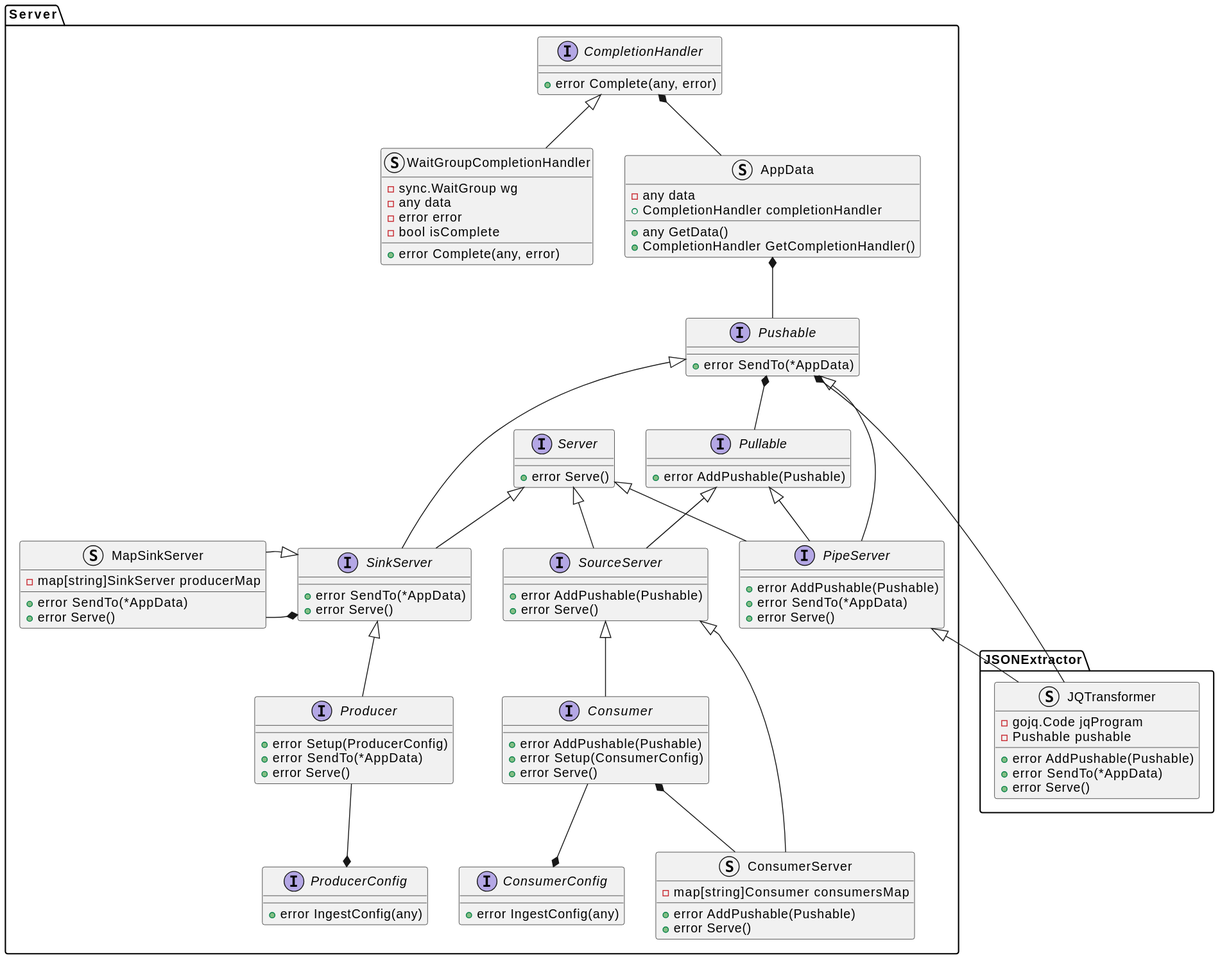
Above: docs/design_notes/DN1_JSON_Extractor/class_diagram.svg in xtuml/otel2pv (PlantUML), before the change.
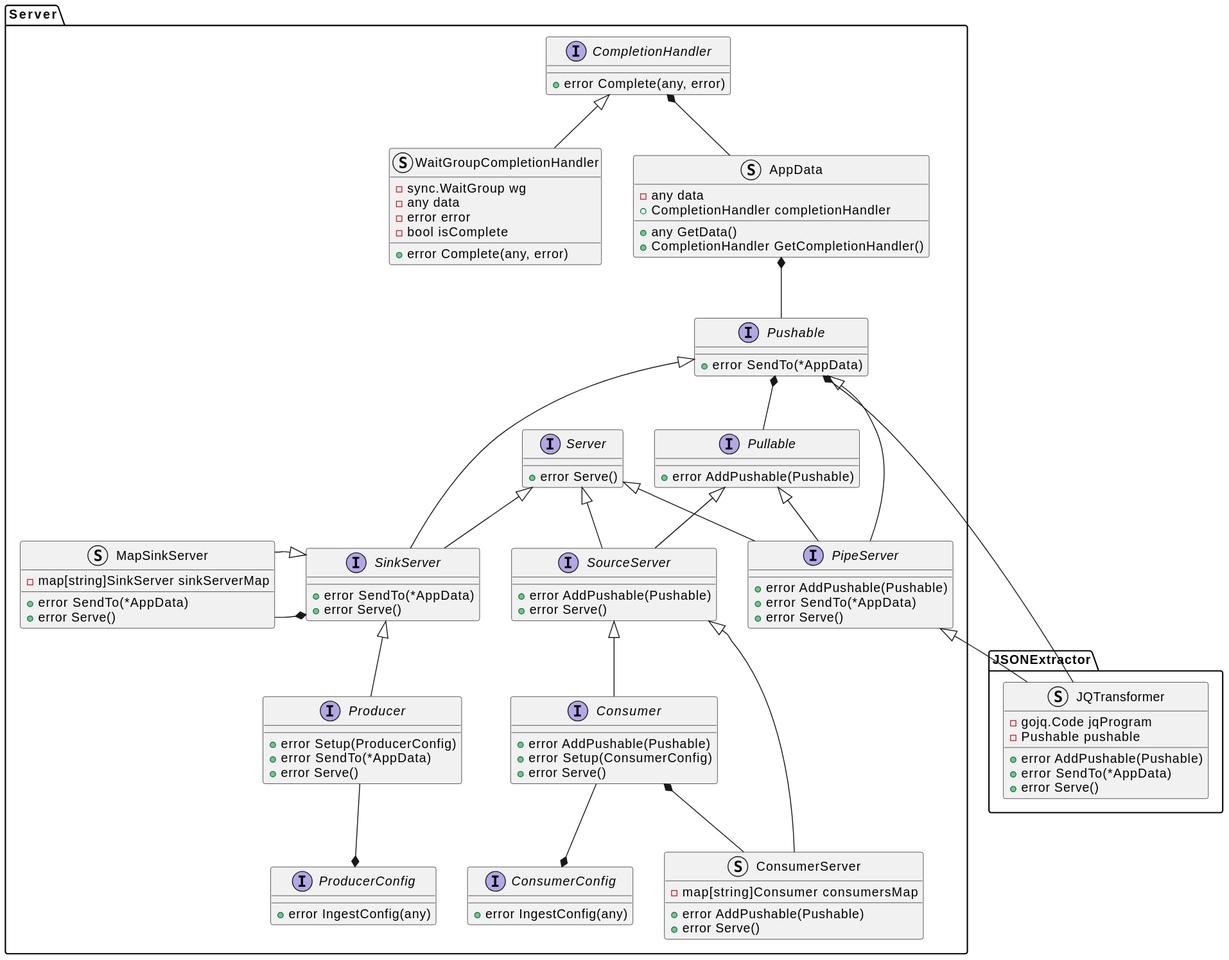
After the commit.

Change to the diagram source:
```diff
@@ -58,7 +58,7 @@
         +error Serve()
     }
     struct MapSinkServer {
-        -map[string]SinkServer producerMap
+        -map[string]SinkServer sinkServerMap
         +error SendTo(*AppData)
         +error Serve()
     }
```
